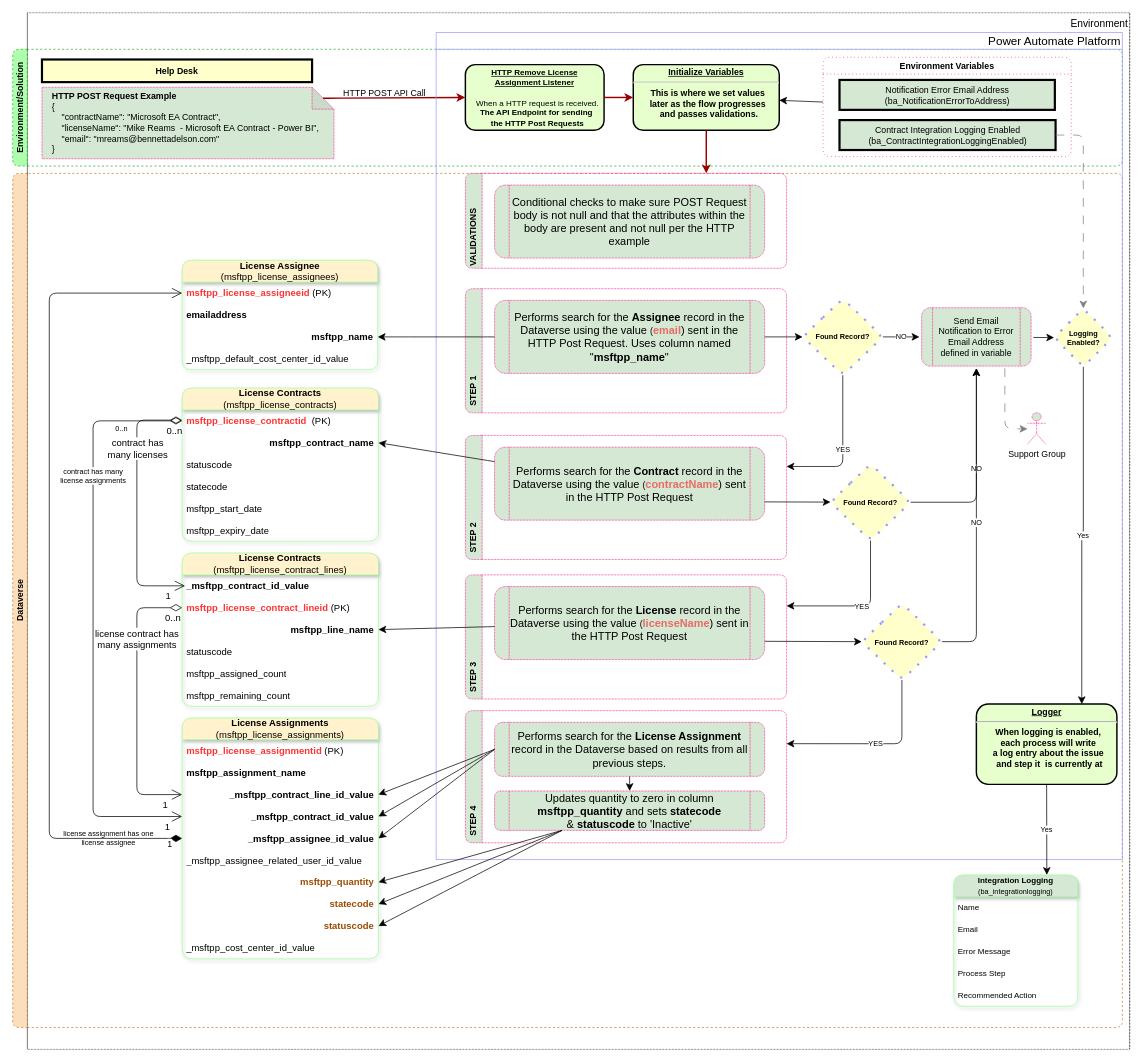
Above: page "HTTP Remove Listener" (1 of 2) of Untitled Diagram.drawio in bennettadelson-org/diagrams (draw.io), before the change. Source tidied: cells renumbered, new cells numbered last; positions are measured from the earlier drawing's top-left corner, leaving out a move shared by most shapes. Both pictures are drawn from the tidied source at 73%, with x=0, y=0 at pixel (12, 12).
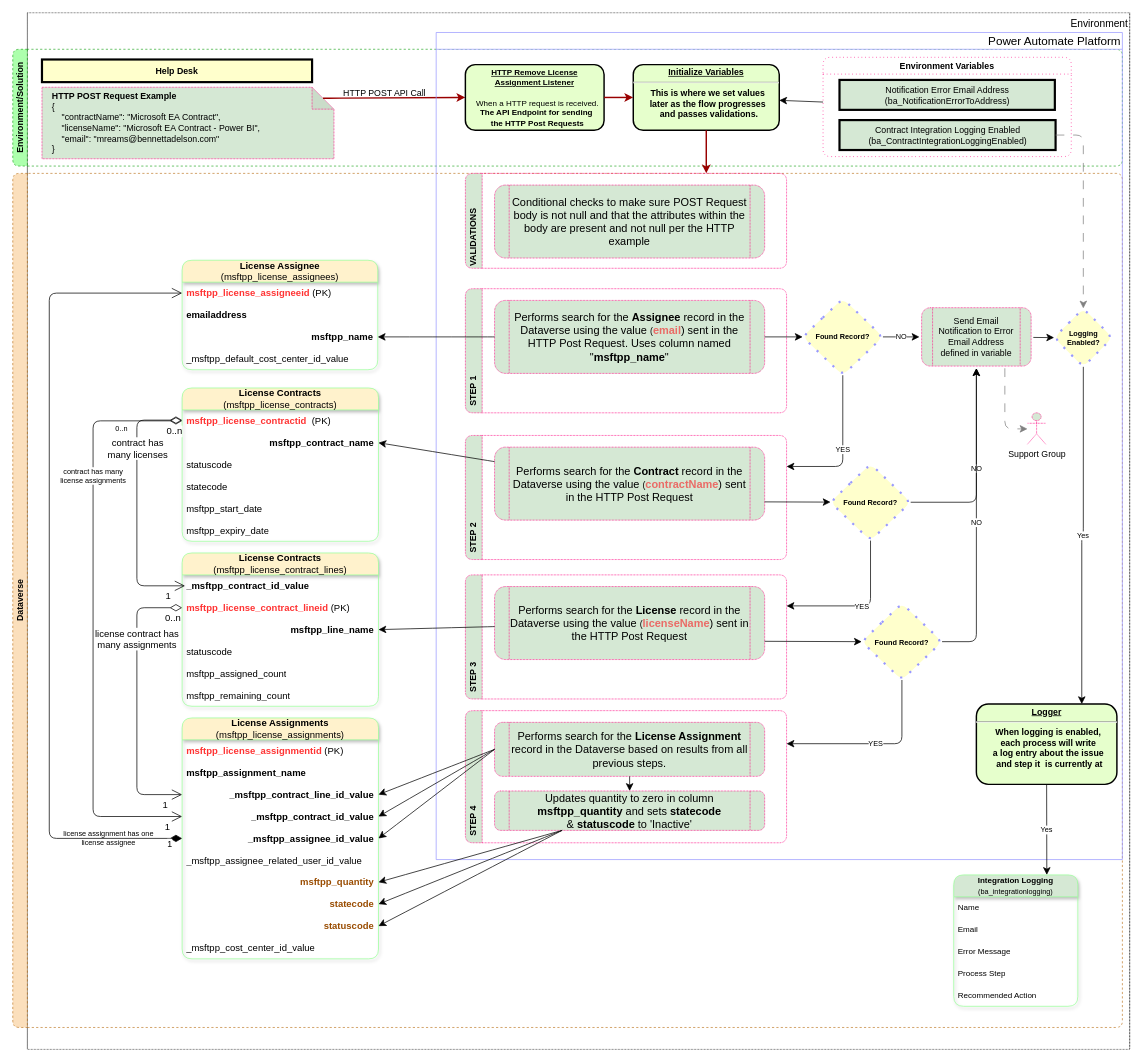
After the change.

Unchanged cells that the change refers to:
```xml
<mxCell id="3" value="Environment/Solution" style="swimlane;horizontal=0;whiteSpace=wrap;html=1;rounded=1;shadow=0;glass=0;dashed=1;strokeColor=#009900;strokeWidth=1;fontSize=12;fillColor=#99FF99;opacity=80;startSize=20;" parent="1" vertex="1">
  <mxGeometry y="50" width="1520" height="160" as="geometry" />
</mxCell>
```

Change to the diagram source:
```diff
@@
-    <mxCell id="6" value="&lt;div&gt;&lt;b&gt;HTTP POST Request Example&lt;/b&gt;&lt;/div&gt;&lt;div&gt;{&lt;/div&gt;&lt;div&gt;&amp;nbsp; &amp;nbsp; &quot;contractName&quot;: &quot;Microsoft EA Contract&quot;,&lt;/div&gt;&lt;div&gt;&amp;nbsp; &amp;nbsp; &quot;licenseName&quot;: &quot;Mike Reams&amp;nbsp; - Microsoft EA Contract - Power BI&quot;,&lt;/div&gt;&lt;div&gt;&amp;nbsp; &amp;nbsp; &quot;email&quot;: &quot;mreams@bennettadelson.com&quot;&lt;/div&gt;&lt;div&gt;}&lt;/div&gt;" style="shape=note;whiteSpace=wrap;html=1;backgroundOutline=1;darkOpacity=0.05;rounded=1;dashed=1;dashPattern=1 1;labelBackgroundColor=none;strokeColor=#FF0080;strokeWidth=1;fontSize=12;fontColor=#000000;fillColor=#D5E8D4;align=left;spacingLeft=12;spacingRight=6;" parent="3" vertex="1">
+    <mxCell id="6" value="&lt;div&gt;&lt;b&gt;HTTP POST Request Example&lt;/b&gt;&lt;/div&gt;&lt;div&gt;{&lt;/div&gt;&lt;div&gt;&amp;nbsp; &amp;nbsp; &quot;contractName&quot;: &quot;Microsoft EA Contract&quot;,&lt;/div&gt;&lt;div&gt;&amp;nbsp; &amp;nbsp; &quot;licenseName&quot;: &quot;Microsoft EA Contract - Power BI&quot;,&lt;/div&gt;&lt;div&gt;&amp;nbsp; &amp;nbsp; &quot;email&quot;: &quot;mreams@bennettadelson.com&quot;&lt;/div&gt;&lt;div&gt;}&lt;/div&gt;" style="shape=note;whiteSpace=wrap;html=1;backgroundOutline=1;darkOpacity=0.05;rounded=1;dashed=1;dashPattern=1 1;labelBackgroundColor=none;strokeColor=#FF0080;strokeWidth=1;fontSize=12;fontColor=#000000;fillColor=#D5E8D4;align=left;spacingLeft=12;spacingRight=6;" parent="3" vertex="1">
       <mxGeometry x="40" y="52" width="400" height="98" as="geometry" />
     </mxCell>
```
